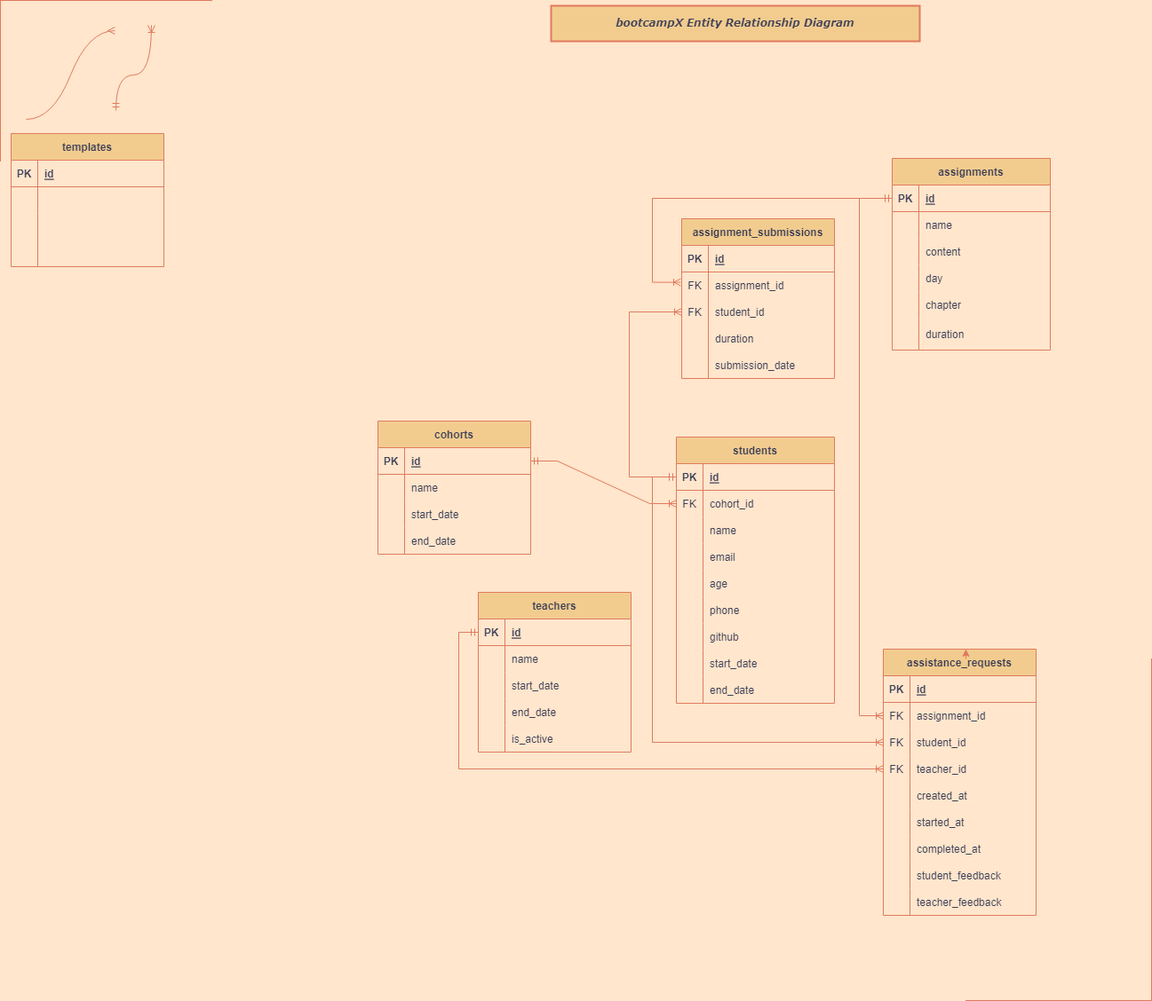
This is bootcampXErd.drawio.png from sachieko/bootcampX, a draw.io export, as it was before one commit. Source tidied: cells renumbered, new cells last; positions are measured from the earlier drawing's top-left corner, leaving out a move shared by most shapes.
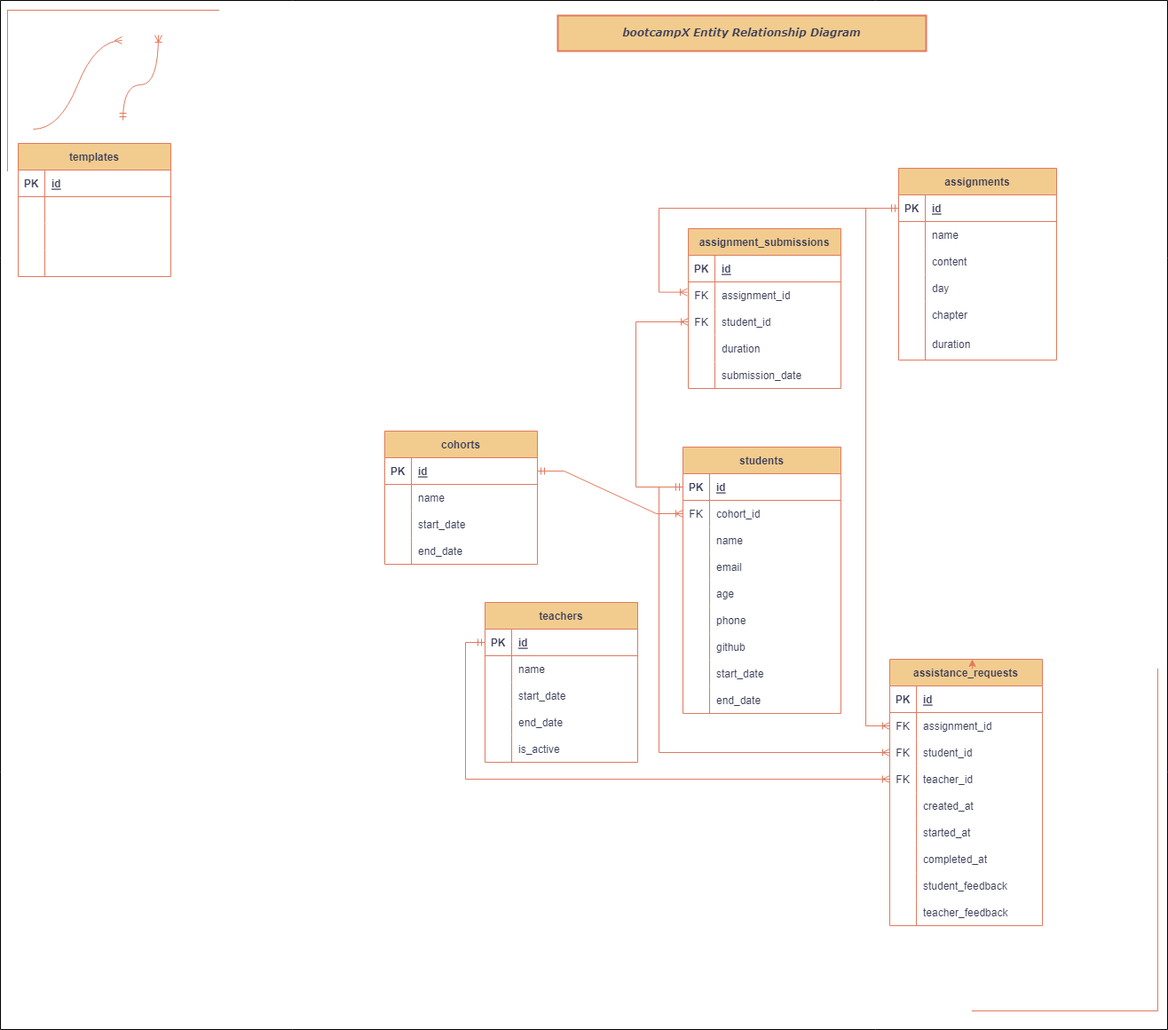
After the commit.

The edit, as a diff of the source:
```diff
@@ -2,6 +2,9 @@
   <root>
     <mxCell id="0" />
     <mxCell id="1" parent="0" />
+    <mxCell id="147" style="verticalLabelPosition=bottom;verticalAlign=top;html=1;shape=mxgraph.basic.rect;fillColor2=none;strokeWidth=1;size=20;indent=5;" parent="1" vertex="1">
+      <mxGeometry x="-8" y="-11" width="1315" height="1159" as="geometry" />
+    </mxCell>
     <mxCell id="2" value="templates" style="shape=table;startSize=30;rowLines=0;fontStyle=1;align=center;fillColor=#F2CC8F;strokeColor=#E07A5F;fontColor=#393C56;" parent="1" vertex="1">
       <mxGeometry x="12" y="150" width="172" height="150" as="geometry" />
     </mxCell>
```
